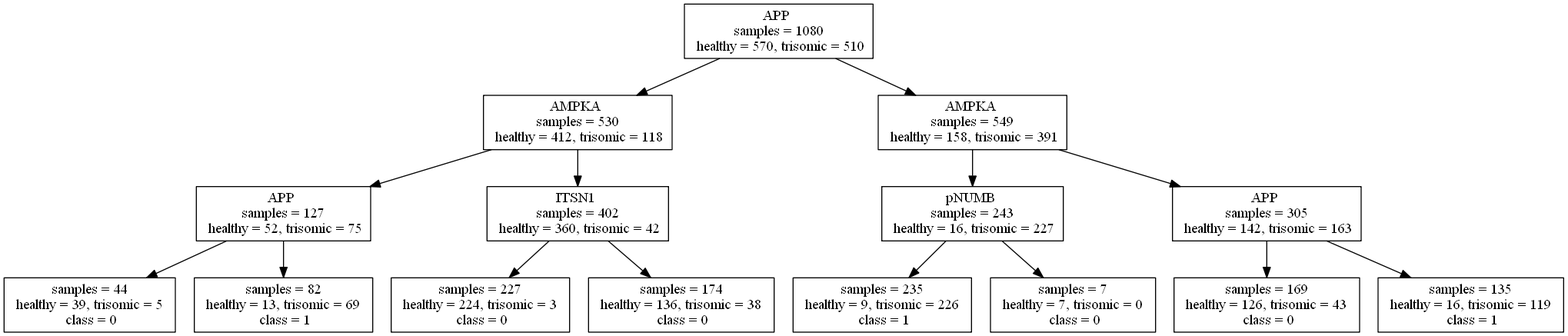
This is tree4c.png from chapmacl/TDIDT-Decision-Tree, a Graphviz export, as it was before one commit. Its source is kept beside it as tree4c.dot. Source of this version:
```dot
digraph {
	node [shape=box]
	APP_1080 [label="APP
 samples = 1080
 healthy = 570, trisomic = 510"]
	node [shape=box]
	AMPKA_530 [label="AMPKA
 samples = 530
 healthy = 412, trisomic = 118"]
	APP_1080 -> AMPKA_530
	node [shape=box]
	APP_127 [label="APP
 samples = 127
 healthy = 52, trisomic = 75"]
	AMPKA_530 -> APP_127
	node [shape=box]
	APP_1270 [label=" samples = 44
 healthy = 39, trisomic = 5
 class = 0"]
	APP_127 -> APP_1270
	node [shape=box]
	APP_127x [label=" samples = 82
 healthy = 13, trisomic = 69
 class = 1"]
	APP_127 -> APP_127x
	node [shape=box]
	ITSN1_402 [label="ITSN1
 samples = 402
 healthy = 360, trisomic = 42"]
	AMPKA_530 -> ITSN1_402
	node [shape=box]
	ITSN1_402v [label=" samples = 227
 healthy = 224, trisomic = 3
 class = 0"]
	ITSN1_402 -> ITSN1_402v
	node [shape=box]
	ITSN1_402n [label=" samples = 174
 healthy = 136, trisomic = 38
 class = 0"]
	ITSN1_402 -> ITSN1_402n
	node [shape=box]
	AMPKA_549 [label="AMPKA
 samples = 549
 healthy = 158, trisomic = 391"]
	APP_1080 -> AMPKA_549
	node [shape=box]
	pNUMB_243 [label="pNUMB
 samples = 243
 healthy = 16, trisomic = 227"]
	AMPKA_549 -> pNUMB_243
	node [shape=box]
	pNUMB_243p [label=" samples = 235
 healthy = 9, trisomic = 226
 class = 1"]
	pNUMB_243 -> pNUMB_243p
	node [shape=box]
	pNUMB_243d [label=" samples = 7
 healthy = 7, trisomic = 0
 class = 0"]
	pNUMB_243 -> pNUMB_243d
	node [shape=box]
	APP_305 [label="APP
 samples = 305
 healthy = 142, trisomic = 163"]
	AMPKA_549 -> APP_305
	node [shape=box]
	APP_3052 [label=" samples = 169
 healthy = 126, trisomic = 43
 class = 0"]
	APP_305 -> APP_3052
	node [shape=box]
	APP_305x [label=" samples = 135
 healthy = 16, trisomic = 119
 class = 1"]
	APP_305 -> APP_305x
}
```
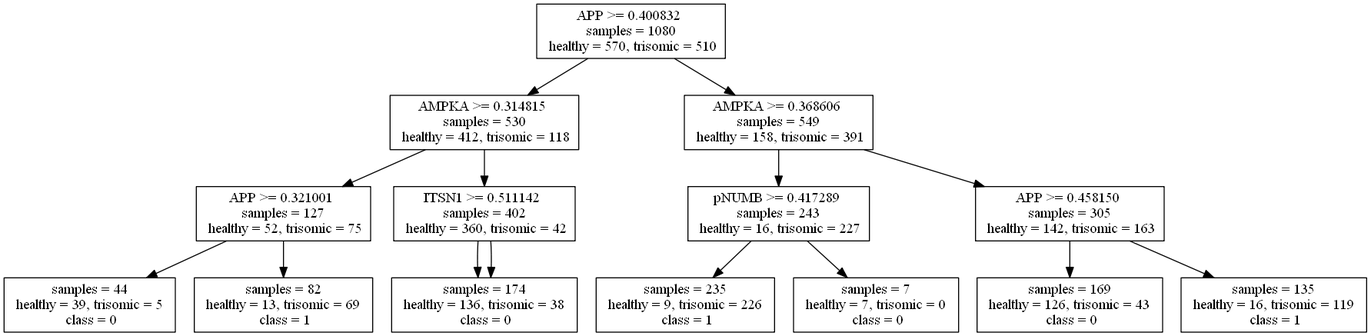
The same file after the commit.

Change to the diagram source:
```diff
@@ -1,76 +1,76 @@
 digraph {
 	node [shape=box]
-	APP_1080 [label="APP
+	APP_1080 [label="APP >= 0.400832
  samples = 1080
  healthy = 570, trisomic = 510"]
 	node [shape=box]
-	AMPKA_530 [label="AMPKA
+	AMPKA_530 [label="AMPKA >= 0.314815
  samples = 530
  healthy = 412, trisomic = 118"]
 	APP_1080 -> AMPKA_530
 	node [shape=box]
-	APP_127 [label="APP
+	APP_127 [label="APP >= 0.321001
  samples = 127
  healthy = 52, trisomic = 75"]
 	AMPKA_530 -> APP_127
 	node [shape=box]
-	APP_1270 [label=" samples = 44
+	APP_127v [label=" samples = 44
  healthy = 39, trisomic = 5
  class = 0"]
-	APP_127 -> APP_1270
+	APP_127 -> APP_127v
 	node [shape=box]
-	APP_127x [label=" samples = 82
+	APP_127c [label=" samples = 82
  healthy = 13, trisomic = 69
  class = 1"]
-	APP_127 -> APP_127x
+	APP_127 -> APP_127c
 	node [shape=box]
-	ITSN1_402 [label="ITSN1
+	ITSN1_402 [label="ITSN1 >= 0.511142
  samples = 402
  healthy = 360, trisomic = 42"]
 	AMPKA_530 -> ITSN1_402
 	node [shape=box]
-	ITSN1_402v [label=" samples = 227
+	ITSN1_402p [label=" samples = 227
  healthy = 224, trisomic = 3
  class = 0"]
-	ITSN1_402 -> ITSN1_402v
+	ITSN1_402 -> ITSN1_402p
 	node [shape=box]
-	ITSN1_402n [label=" samples = 174
+	ITSN1_402p [label=" samples = 174
  healthy = 136, trisomic = 38
  class = 0"]
-	ITSN1_402 -> ITSN1_402n
+	ITSN1_402 -> ITSN1_402p
 	node [shape=box]
-	AMPKA_549 [label="AMPKA
+	AMPKA_549 [label="AMPKA >= 0.368606
  samples = 549
  healthy = 158, trisomic = 391"]
 	APP_1080 -> AMPKA_549
 	node [shape=box]
-	pNUMB_243 [label="pNUMB
+	pNUMB_243 [label="pNUMB >= 0.417289
  samples = 243
  healthy = 16, trisomic = 227"]
 	AMPKA_549 -> pNUMB_243
 	node [shape=box]
-	pNUMB_243p [label=" samples = 235
+	pNUMB_243l [label=" samples = 235
  healthy = 9, trisomic = 226
  class = 1"]
-	pNUMB_243 -> pNUMB_243p
+	pNUMB_243 -> pNUMB_243l
 	node [shape=box]
-	pNUMB_243d [label=" samples = 7
+	pNUMB_243u [label=" samples = 7
  healthy = 7, trisomic = 0
  class = 0"]
-	pNUMB_243 -> pNUMB_243d
+	pNUMB_243 -> pNUMB_243u
 	node [shape=box]
-	APP_305 [label="APP
+	APP_305 [label="APP >= 0.458150
  samples = 305
  healthy = 142, trisomic = 163"]
 	AMPKA_549 -> APP_305
 	node [shape=box]
-	APP_3052 [label=" samples = 169
+	APP_305a [label=" samples = 169
  healthy = 126, trisomic = 43
  class = 0"]
-	APP_305 -> APP_3052
+	APP_305 -> APP_305a
 	node [shape=box]
-	APP_305x [label=" samples = 135
+	APP_3059 [label=" samples = 135
  healthy = 16, trisomic = 119
  class = 1"]
-	APP_305 -> APP_305x
+	APP_305 -> APP_3059
 }
```
